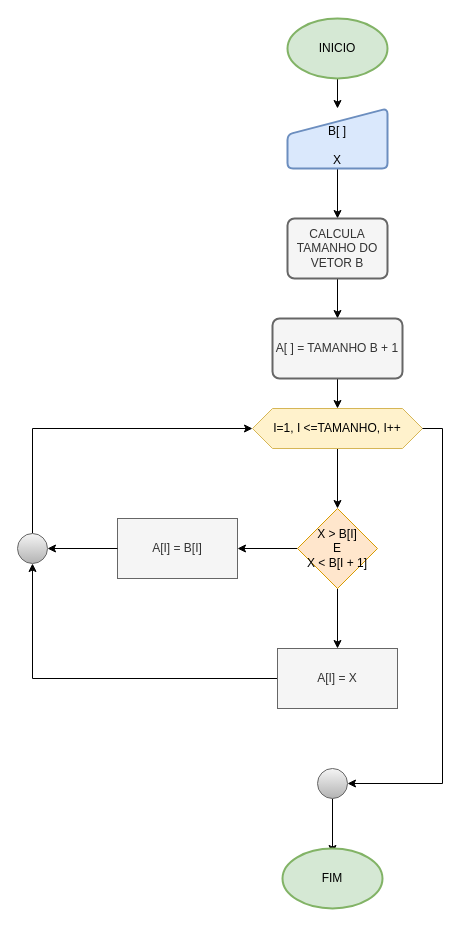
Before: fluxogramas/simulado-bloco5-9.drawio in thisouza01/bootcamp-cobol, a draw.io diagram. Source tidied: cells renumbered, new cells numbered last; positions are measured from the earlier drawing's top-left corner, leaving out a move shared by most shapes. Both pictures are drawn from the tidied source at 100%, with x=0, y=0 at pixel (17, 18).
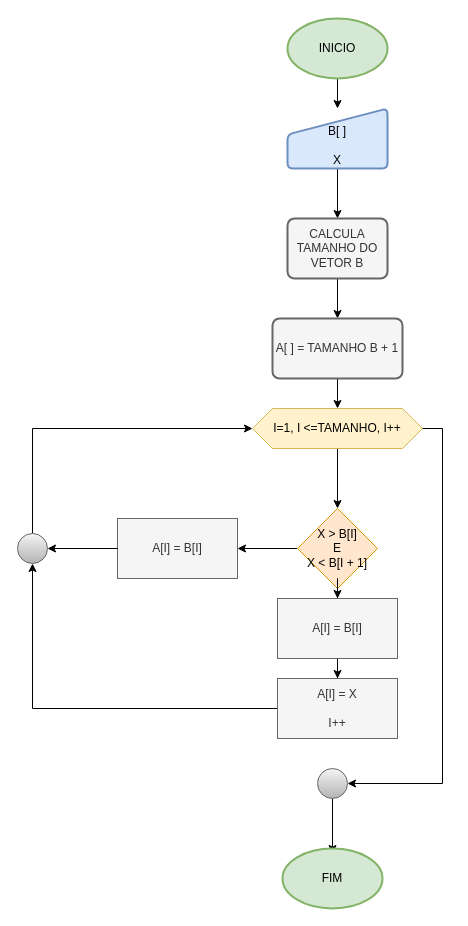
The same page after the edit.

Unchanged cells that the change refers to:
```xml
<mxCell id="14" value="X &amp;gt; B[I]&lt;div&gt;E&lt;/div&gt;&lt;div&gt;X &amp;lt; B[I + 1]&lt;/div&gt;" style="rhombus;whiteSpace=wrap;html=1;fillColor=#ffe6cc;strokeColor=#d79b00;" parent="1" vertex="1">
  <mxGeometry x="280" y="490" width="80" height="80" as="geometry" />
</mxCell>
```

What changed in the source:
```diff
@@
-    <mxCell id="12" style="edgeStyle=orthogonalEdgeStyle;rounded=0;jettySize=auto;html=1;" parent="1" edge="1" source="14" target="16">
+    <mxCell id="12" style="edgeStyle=orthogonalEdgeStyle;rounded=0;jettySize=auto;html=1;" parent="1" edge="1" source="26" target="16">
       <mxGeometry relative="1" as="geometry" />
     </mxCell>
@@
-    <mxCell id="16" value="A[I] = X" style="whiteSpace=wrap;html=1;fillColor=#f5f5f5;strokeColor=#666666;fontColor=#333333;" parent="1" vertex="1">
-      <mxGeometry x="260" y="630" width="120" height="60" as="geometry" />
+    <mxCell id="16" value="A[I] = X&lt;div&gt;&lt;br&gt;&lt;/div&gt;&lt;div&gt;I++&lt;/div&gt;" style="whiteSpace=wrap;html=1;fillColor=#f5f5f5;strokeColor=#666666;fontColor=#333333;" parent="1" vertex="1">
+      <mxGeometry x="260" y="660" width="120" height="60" as="geometry" />
     </mxCell>
@@
+    <mxCell id="25" style="edgeStyle=orthogonalEdgeStyle;rounded=0;jettySize=auto;html=1;" parent="1" edge="1" source="14" target="26">
+      <mxGeometry relative="1" as="geometry" />
+    </mxCell>
+    <mxCell id="26" value="A[I] = B[I]" style="whiteSpace=wrap;html=1;fillColor=#f5f5f5;strokeColor=#666666;fontColor=#333333;" parent="1" vertex="1">
+      <mxGeometry x="260" y="580" width="120" height="60" as="geometry" />
+    </mxCell>
```
